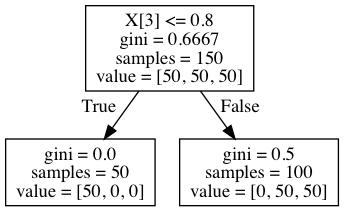
DLA94/Pattern-Mining-Rule-Extraction keeps this Graphviz diagram as tree_1.png. Above is the earlier version. Its source is kept beside it as tree_1.dot.
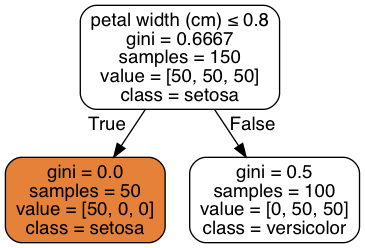
After the change.

Diff of the diagram source:
```diff
@@ -1,8 +1,9 @@
 digraph Tree {
-node [shape=box] ;
-0 [label="X[3] <= 0.8\ngini = 0.6667\nsamples = 150\nvalue = [50, 50, 50]"] ;
-1 [label="gini = 0.0\nsamples = 50\nvalue = [50, 0, 0]"] ;
+node [shape=box, style="filled, rounded", color="black", fontname=helvetica] ;
+edge [fontname=helvetica] ;
+0 [label=<petal width (cm) &le; 0.8<br/>gini = 0.6667<br/>samples = 150<br/>value = [50, 50, 50]<br/>class = setosa>, fillcolor="#e5813900"] ;
+1 [label=<gini = 0.0<br/>samples = 50<br/>value = [50, 0, 0]<br/>class = setosa>, fillcolor="#e58139ff"] ;
 0 -> 1 [labeldistance=2.5, labelangle=45, headlabel="True"] ;
-2 [label="gini = 0.5\nsamples = 100\nvalue = [0, 50, 50]"] ;
+2 [label=<gini = 0.5<br/>samples = 100<br/>value = [0, 50, 50]<br/>class = versicolor>, fillcolor="#39e58100"] ;
 0 -> 2 [labeldistance=2.5, labelangle=-45, headlabel="False"] ;
 }
```
